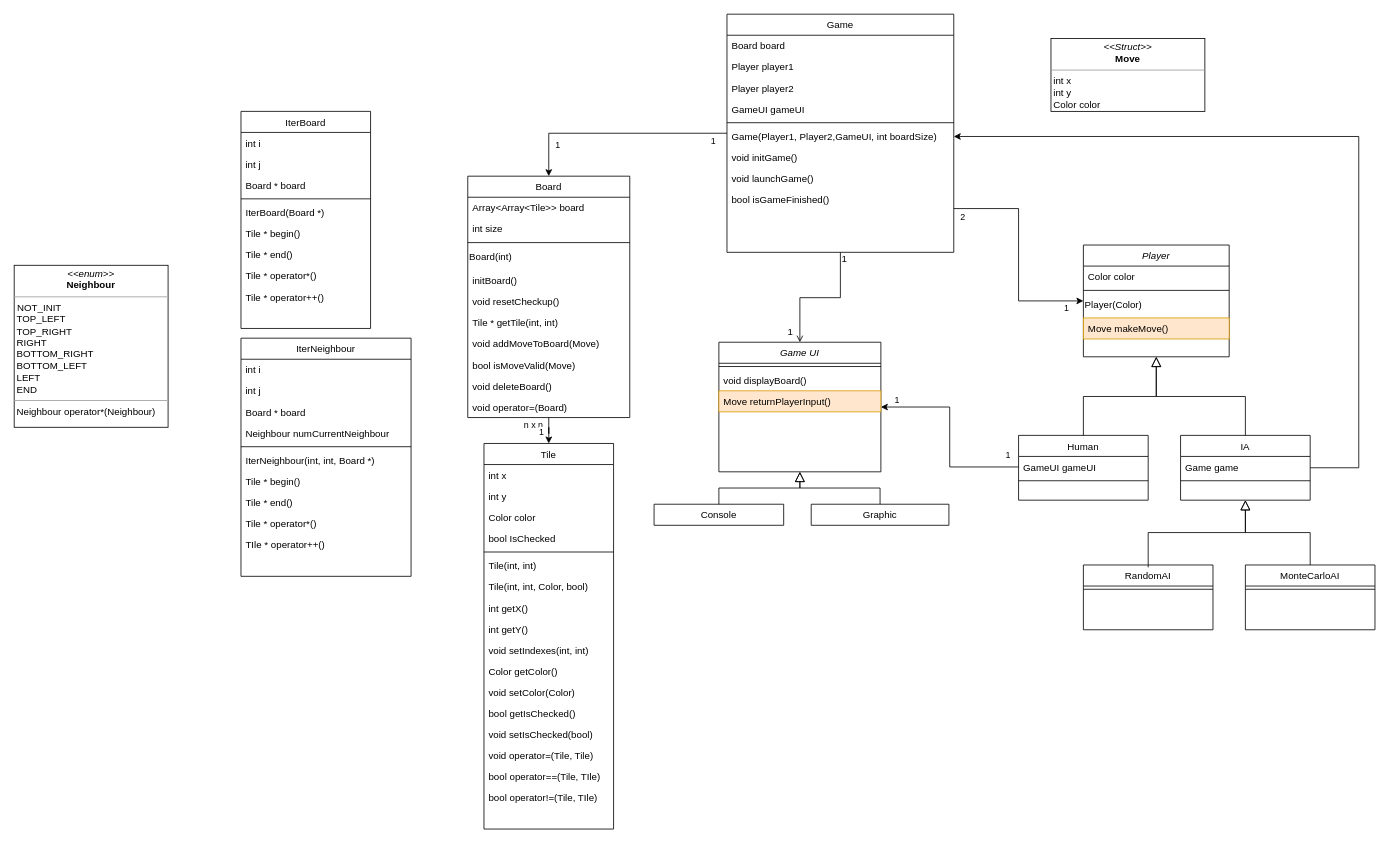
This is doc/UMLdiagram.drawio from leduqueadrien/Hex, a draw.io file, before an edit. Source tidied: cells renumbered, new cells numbered last; positions are measured from the earlier drawing's top-left corner, leaving out a move shared by most shapes. Both pictures are drawn from the tidied source at 81%, with x=0, y=0 at pixel (14, 14).
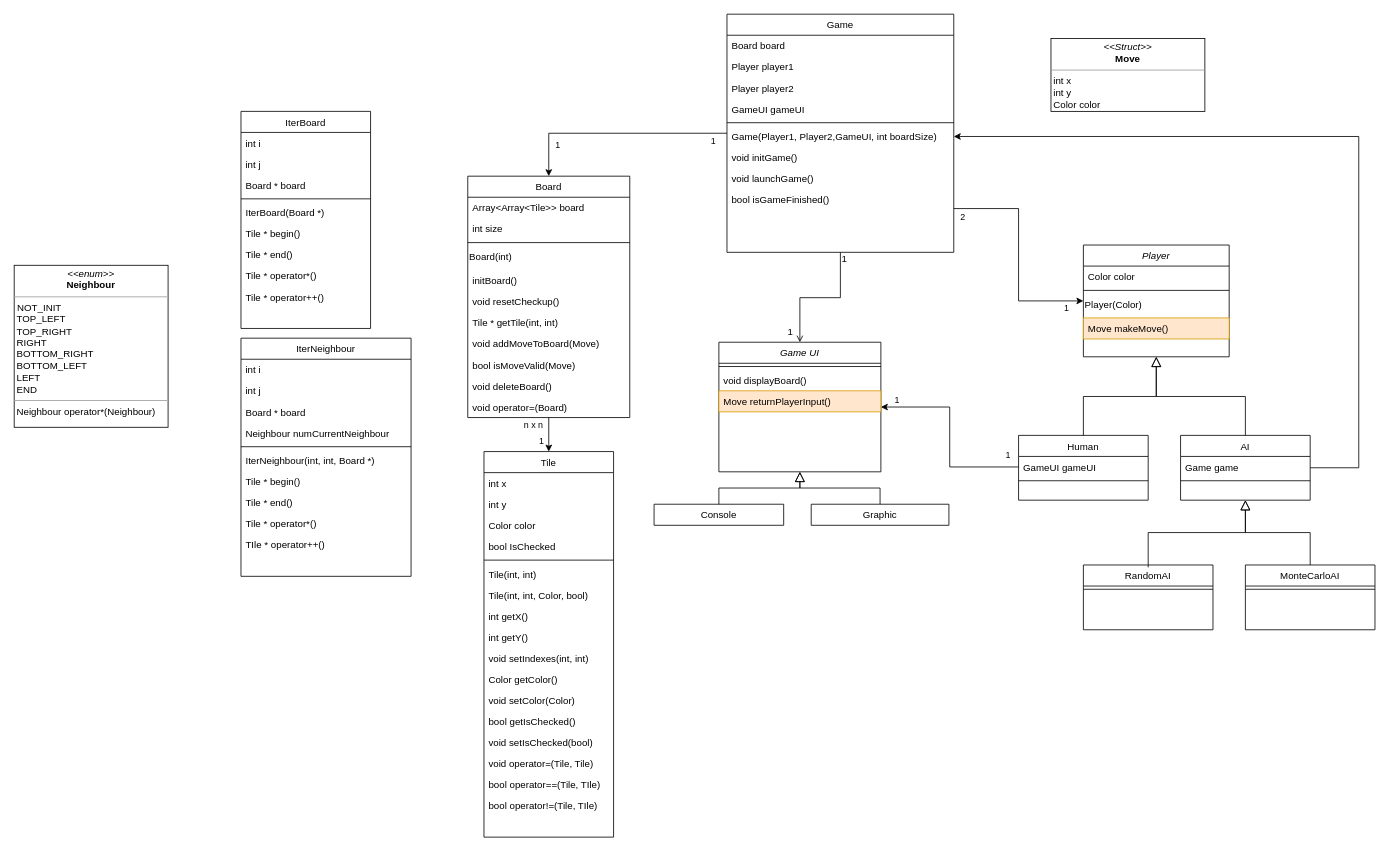
The same diagram, later.

Commit message:
ajout IA dans UML

Diff of the diagram source:
```diff
@@
-    <mxCell id="15" value="IA" style="swimlane;fontStyle=0;align=center;verticalAlign=top;horizontal=1;startSize=26;rounded=0;shadow=0;strokeWidth=1;" parent="1" vertex="1">
+    <mxCell id="15" value="AI" style="swimlane;fontStyle=0;align=center;verticalAlign=top;horizontal=1;startSize=26;rounded=0;shadow=0;strokeWidth=1;" parent="1" vertex="1">
       <mxGeometry x="1440" y="520" width="160" height="80" as="geometry" />
     </mxCell>
@@
     <mxCell id="60" value="Tile" style="swimlane;fontStyle=0;align=center;verticalAlign=top;horizontal=1;startSize=26;rounded=0;shadow=0;strokeWidth=1;rotation=0;" parent="1" vertex="1">
-      <mxGeometry x="580" y="530" width="160" height="476" as="geometry" />
+      <mxGeometry x="580" y="540" width="160" height="476" as="geometry" />
     </mxCell>
```
